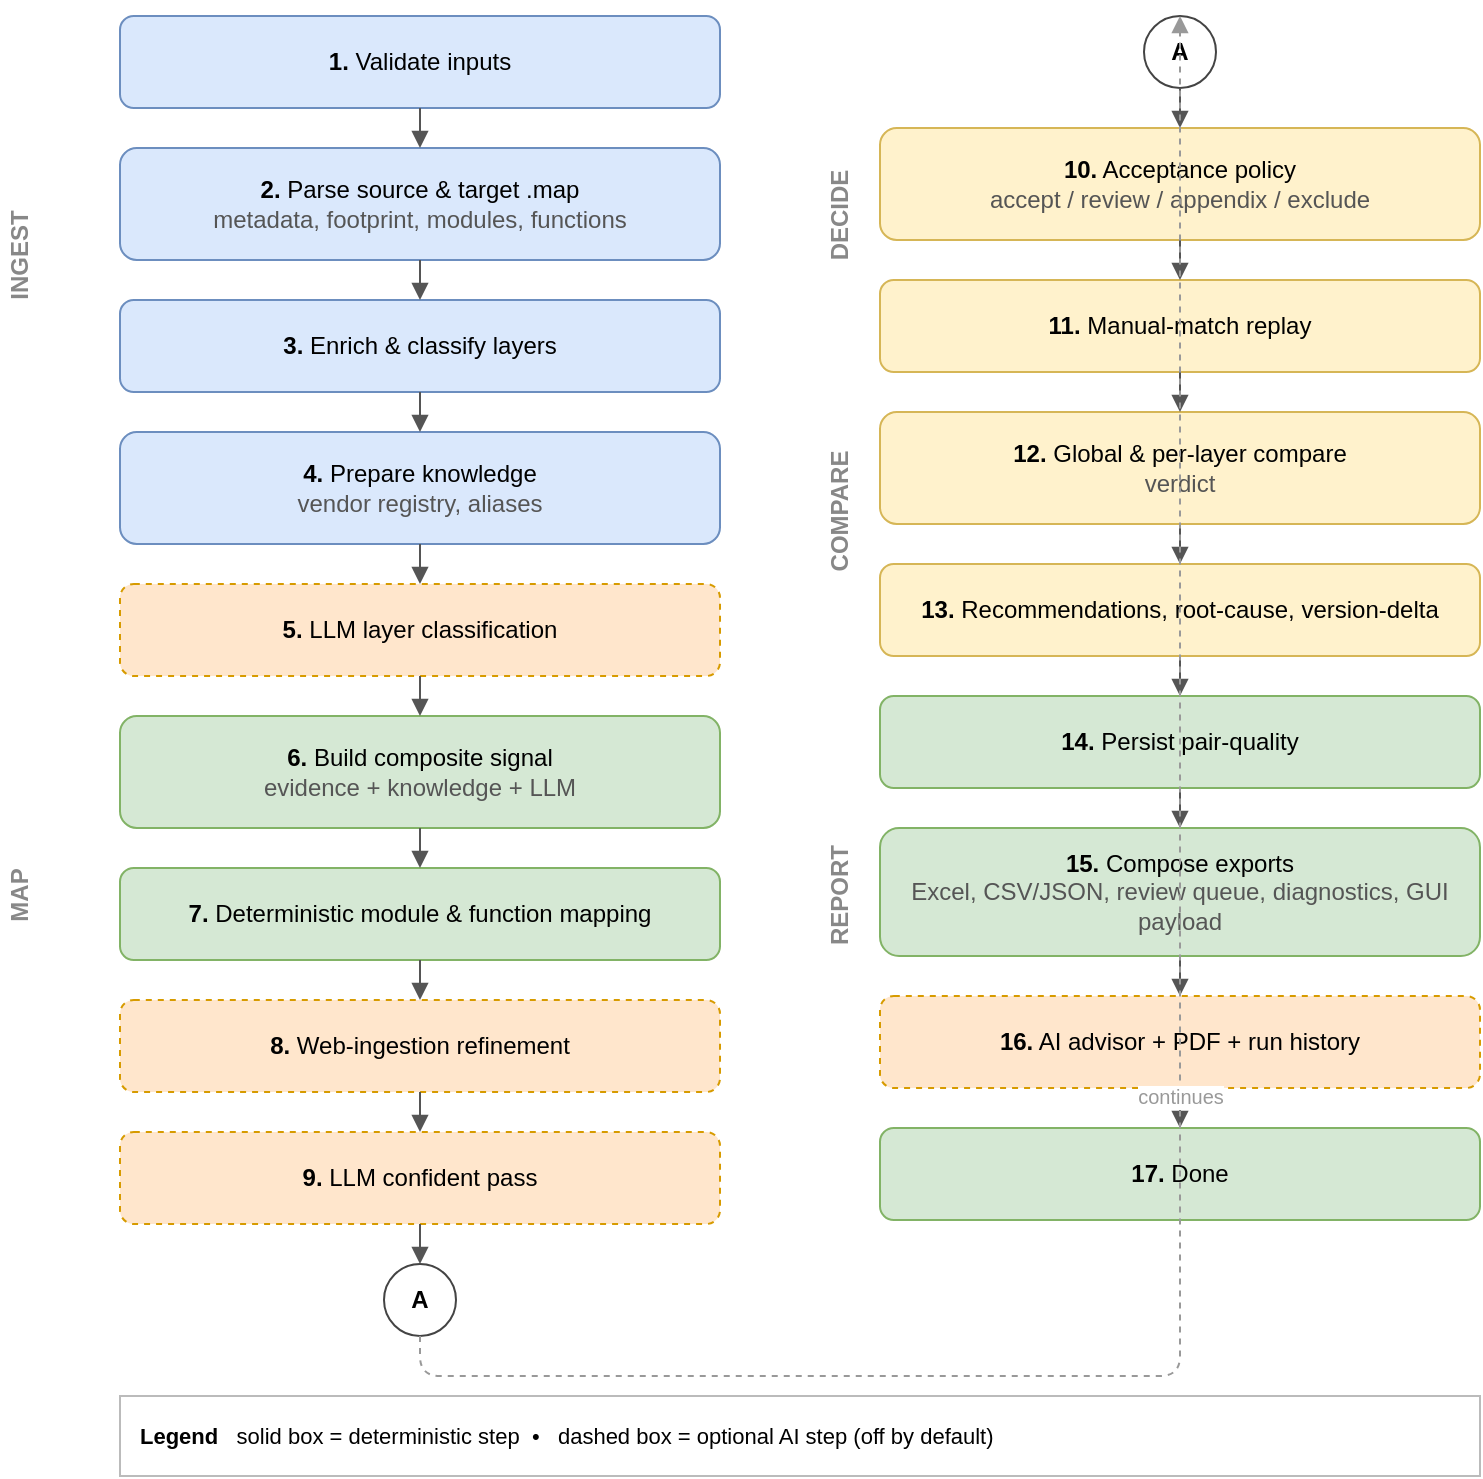
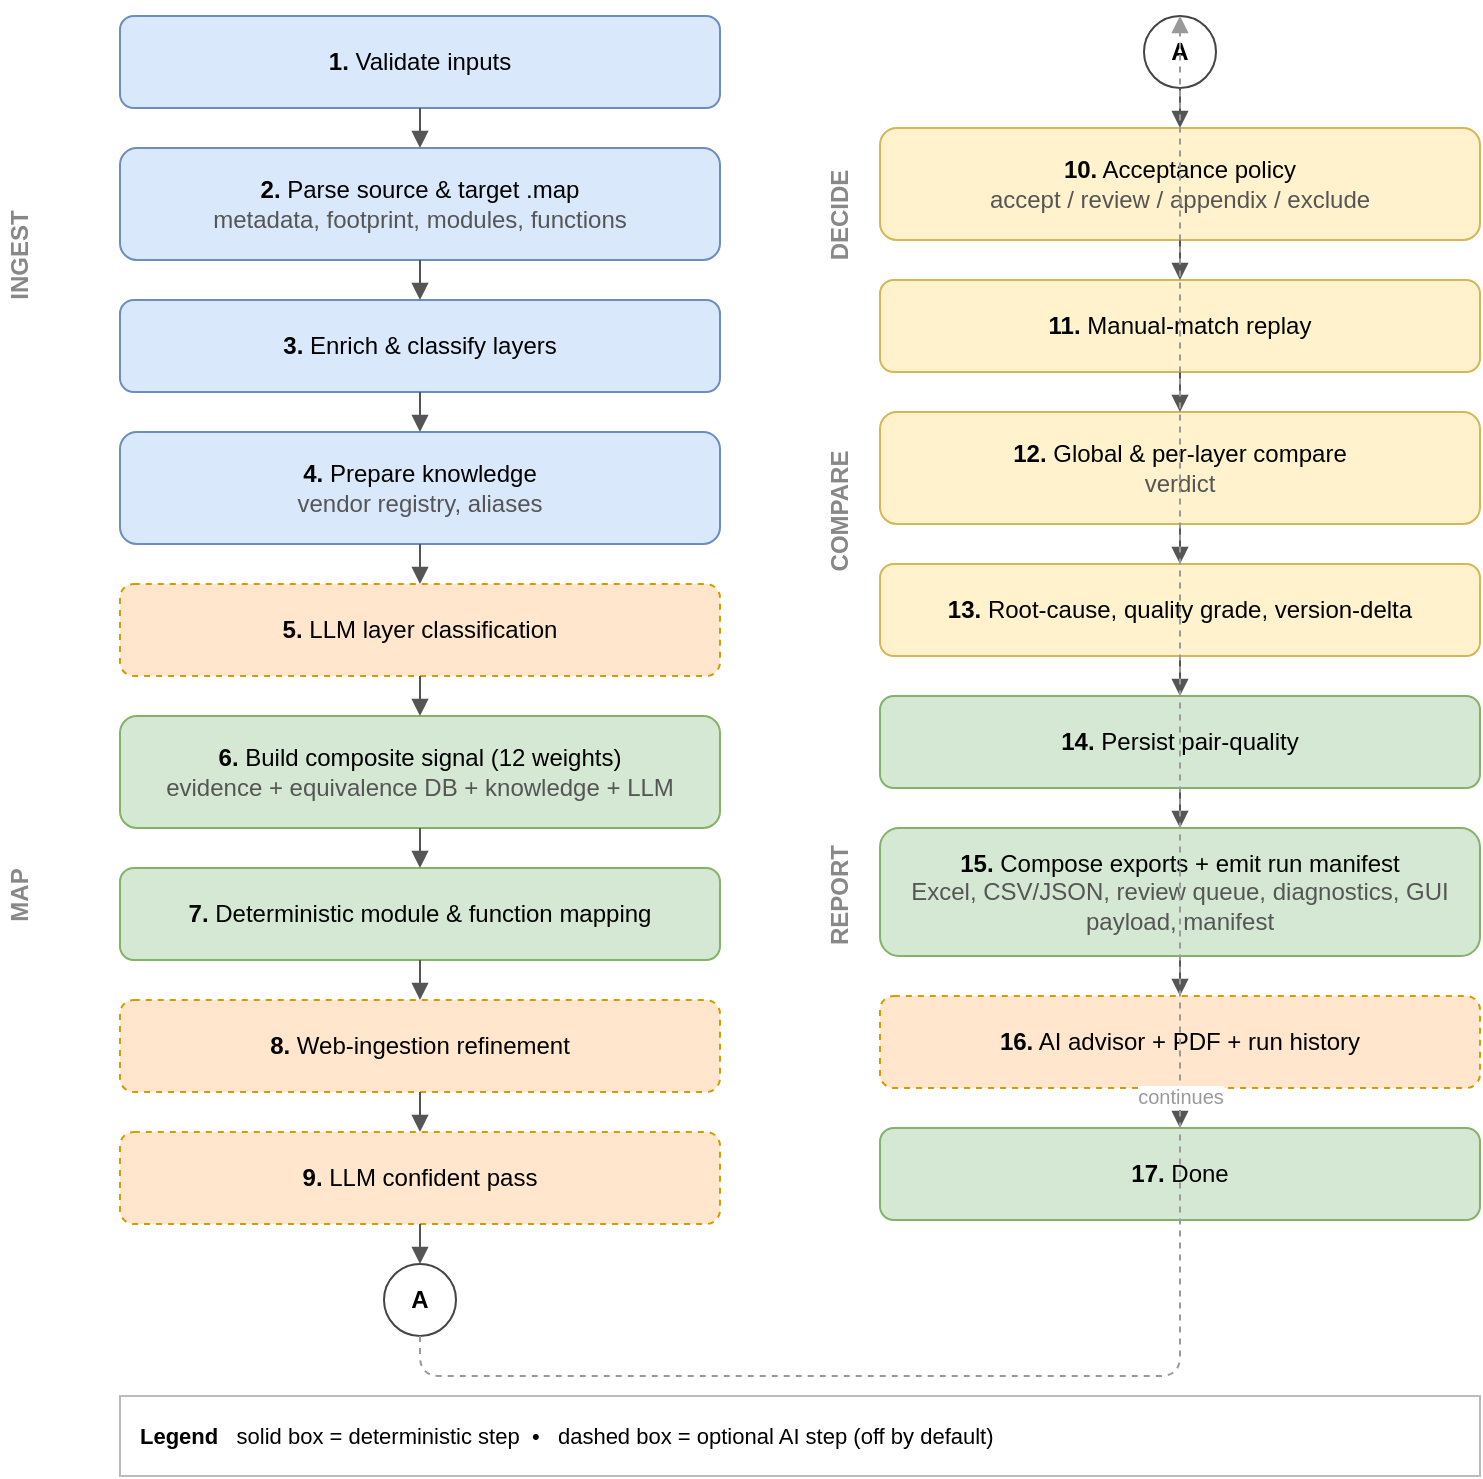
<mxfile host="app.diagrams.net" type="device">
  <diagram id="tool-pipeline" name="Pipeline">
    <mxGraphModel dx="1000" dy="900" grid="0" gridSize="10" guides="1" tooltips="1" connect="1" arrows="1" fold="1" page="1" pageScale="1" pageWidth="820" pageHeight="820" math="0" shadow="0">
      <root>
        <mxCell id="0" />
        <mxCell id="1" parent="0" />
        <mxCell id="phIngest" value="INGEST" style="text;html=1;align=center;verticalAlign=middle;rotation=-90;fontSize=12;fontStyle=1;fontColor=#888888;" vertex="1" parent="1"><mxGeometry x="-10" y="150" width="80" height="20" as="geometry" /></mxCell>
        <mxCell id="phMap" value="MAP" style="text;html=1;align=center;verticalAlign=middle;rotation=-90;fontSize=12;fontStyle=1;fontColor=#888888;" vertex="1" parent="1"><mxGeometry x="-10" y="470" width="80" height="20" as="geometry" /></mxCell>
        <mxCell id="s1" value="&lt;b&gt;1.&lt;/b&gt; Validate inputs" style="rounded=1;whiteSpace=wrap;html=1;fillColor=#dae8fc;strokeColor=#6c8ebf;fontSize=12;" vertex="1" parent="1"><mxGeometry x="80" y="40" width="300" height="46" as="geometry" /></mxCell>
        <mxCell id="s2" value="&lt;b&gt;2.&lt;/b&gt; Parse source &amp; target .map&lt;br&gt;&lt;font color=&quot;#555555&quot;&gt;metadata, footprint, modules, functions&lt;/font&gt;" style="rounded=1;whiteSpace=wrap;html=1;fillColor=#dae8fc;strokeColor=#6c8ebf;fontSize=12;" vertex="1" parent="1"><mxGeometry x="80" y="106" width="300" height="56" as="geometry" /></mxCell>
        <mxCell id="s3" value="&lt;b&gt;3.&lt;/b&gt; Enrich &amp; classify layers" style="rounded=1;whiteSpace=wrap;html=1;fillColor=#dae8fc;strokeColor=#6c8ebf;fontSize=12;" vertex="1" parent="1"><mxGeometry x="80" y="182" width="300" height="46" as="geometry" /></mxCell>
        <mxCell id="s4" value="&lt;b&gt;4.&lt;/b&gt; Prepare knowledge&lt;br&gt;&lt;font color=&quot;#555555&quot;&gt;vendor registry, aliases&lt;/font&gt;" style="rounded=1;whiteSpace=wrap;html=1;fillColor=#dae8fc;strokeColor=#6c8ebf;fontSize=12;" vertex="1" parent="1"><mxGeometry x="80" y="248" width="300" height="56" as="geometry" /></mxCell>
        <mxCell id="s5" value="&lt;b&gt;5.&lt;/b&gt; LLM layer classification" style="rounded=1;whiteSpace=wrap;html=1;dashed=1;fillColor=#ffe6cc;strokeColor=#d79b00;fontSize=12;" vertex="1" parent="1"><mxGeometry x="80" y="324" width="300" height="46" as="geometry" /></mxCell>
-         <mxCell id="s6" value="&lt;b&gt;6.&lt;/b&gt; Build composite signal&lt;br&gt;&lt;font color=&quot;#555555&quot;&gt;evidence + knowledge + LLM&lt;/font&gt;" style="rounded=1;whiteSpace=wrap;html=1;fillColor=#d5e8d4;strokeColor=#82b366;fontSize=12;" vertex="1" parent="1"><mxGeometry x="80" y="390" width="300" height="56" as="geometry" /></mxCell>
+         <mxCell id="s6" value="&lt;b&gt;6.&lt;/b&gt; Build composite signal (12 weights)&lt;br&gt;&lt;font color=&quot;#555555&quot;&gt;evidence + equivalence DB + knowledge + LLM&lt;/font&gt;" style="rounded=1;whiteSpace=wrap;html=1;fillColor=#d5e8d4;strokeColor=#82b366;fontSize=12;" vertex="1" parent="1"><mxGeometry x="80" y="390" width="300" height="56" as="geometry" /></mxCell>
        <mxCell id="s7" value="&lt;b&gt;7.&lt;/b&gt; Deterministic module &amp; function mapping" style="rounded=1;whiteSpace=wrap;html=1;fillColor=#d5e8d4;strokeColor=#82b366;fontSize=12;" vertex="1" parent="1"><mxGeometry x="80" y="466" width="300" height="46" as="geometry" /></mxCell>
        <mxCell id="s8" value="&lt;b&gt;8.&lt;/b&gt; Web-ingestion refinement" style="rounded=1;whiteSpace=wrap;html=1;dashed=1;fillColor=#ffe6cc;strokeColor=#d79b00;fontSize=12;" vertex="1" parent="1"><mxGeometry x="80" y="532" width="300" height="46" as="geometry" /></mxCell>
        <mxCell id="s9" value="&lt;b&gt;9.&lt;/b&gt; LLM confident pass" style="rounded=1;whiteSpace=wrap;html=1;dashed=1;fillColor=#ffe6cc;strokeColor=#d79b00;fontSize=12;" vertex="1" parent="1"><mxGeometry x="80" y="598" width="300" height="46" as="geometry" /></mxCell>
        <mxCell id="a1" value="A" style="ellipse;whiteSpace=wrap;html=1;fillColor=#ffffff;strokeColor=#444444;fontSize=12;fontStyle=1;" vertex="1" parent="1"><mxGeometry x="212" y="664" width="36" height="36" as="geometry" /></mxCell>
        <mxCell id="phDecide" value="DECIDE" style="text;html=1;align=center;verticalAlign=middle;rotation=-90;fontSize=12;fontStyle=1;fontColor=#888888;" vertex="1" parent="1"><mxGeometry x="400" y="130" width="80" height="20" as="geometry" /></mxCell>
        <mxCell id="phCompare" value="COMPARE" style="text;html=1;align=center;verticalAlign=middle;rotation=-90;fontSize=12;fontStyle=1;fontColor=#888888;" vertex="1" parent="1"><mxGeometry x="398" y="278" width="84" height="20" as="geometry" /></mxCell>
        <mxCell id="phReport" value="REPORT" style="text;html=1;align=center;verticalAlign=middle;rotation=-90;fontSize=12;fontStyle=1;fontColor=#888888;" vertex="1" parent="1"><mxGeometry x="400" y="470" width="80" height="20" as="geometry" /></mxCell>
        <mxCell id="a2" value="A" style="ellipse;whiteSpace=wrap;html=1;fillColor=#ffffff;strokeColor=#444444;fontSize=12;fontStyle=1;" vertex="1" parent="1"><mxGeometry x="592" y="40" width="36" height="36" as="geometry" /></mxCell>
        <mxCell id="s10" value="&lt;b&gt;10.&lt;/b&gt; Acceptance policy&lt;br&gt;&lt;font color=&quot;#555555&quot;&gt;accept / review / appendix / exclude&lt;/font&gt;" style="rounded=1;whiteSpace=wrap;html=1;fillColor=#fff2cc;strokeColor=#d6b656;fontSize=12;" vertex="1" parent="1"><mxGeometry x="460" y="96" width="300" height="56" as="geometry" /></mxCell>
        <mxCell id="s11" value="&lt;b&gt;11.&lt;/b&gt; Manual-match replay" style="rounded=1;whiteSpace=wrap;html=1;fillColor=#fff2cc;strokeColor=#d6b656;fontSize=12;" vertex="1" parent="1"><mxGeometry x="460" y="172" width="300" height="46" as="geometry" /></mxCell>
        <mxCell id="s12" value="&lt;b&gt;12.&lt;/b&gt; Global &amp; per-layer compare&lt;br&gt;&lt;font color=&quot;#555555&quot;&gt;verdict&lt;/font&gt;" style="rounded=1;whiteSpace=wrap;html=1;fillColor=#fff2cc;strokeColor=#d6b656;fontSize=12;" vertex="1" parent="1"><mxGeometry x="460" y="238" width="300" height="56" as="geometry" /></mxCell>
-         <mxCell id="s13" value="&lt;b&gt;13.&lt;/b&gt; Recommendations, root-cause, version-delta" style="rounded=1;whiteSpace=wrap;html=1;fillColor=#fff2cc;strokeColor=#d6b656;fontSize=12;" vertex="1" parent="1"><mxGeometry x="460" y="314" width="300" height="46" as="geometry" /></mxCell>
+         <mxCell id="s13" value="&lt;b&gt;13.&lt;/b&gt; Root-cause, quality grade, version-delta" style="rounded=1;whiteSpace=wrap;html=1;fillColor=#fff2cc;strokeColor=#d6b656;fontSize=12;" vertex="1" parent="1"><mxGeometry x="460" y="314" width="300" height="46" as="geometry" /></mxCell>
        <mxCell id="s14" value="&lt;b&gt;14.&lt;/b&gt; Persist pair-quality" style="rounded=1;whiteSpace=wrap;html=1;fillColor=#d5e8d4;strokeColor=#82b366;fontSize=12;" vertex="1" parent="1"><mxGeometry x="460" y="380" width="300" height="46" as="geometry" /></mxCell>
-         <mxCell id="s15" value="&lt;b&gt;15.&lt;/b&gt; Compose exports&lt;br&gt;&lt;font color=&quot;#555555&quot;&gt;Excel, CSV/JSON, review queue, diagnostics, GUI payload&lt;/font&gt;" style="rounded=1;whiteSpace=wrap;html=1;fillColor=#d5e8d4;strokeColor=#82b366;fontSize=12;" vertex="1" parent="1"><mxGeometry x="460" y="446" width="300" height="64" as="geometry" /></mxCell>
+         <mxCell id="s15" value="&lt;b&gt;15.&lt;/b&gt; Compose exports + emit run manifest&lt;br&gt;&lt;font color=&quot;#555555&quot;&gt;Excel, CSV/JSON, review queue, diagnostics, GUI payload, manifest&lt;/font&gt;" style="rounded=1;whiteSpace=wrap;html=1;fillColor=#d5e8d4;strokeColor=#82b366;fontSize=12;" vertex="1" parent="1"><mxGeometry x="460" y="446" width="300" height="64" as="geometry" /></mxCell>
        <mxCell id="s16" value="&lt;b&gt;16.&lt;/b&gt; AI advisor + PDF + run history" style="rounded=1;whiteSpace=wrap;html=1;dashed=1;fillColor=#ffe6cc;strokeColor=#d79b00;fontSize=12;" vertex="1" parent="1"><mxGeometry x="460" y="530" width="300" height="46" as="geometry" /></mxCell>
        <mxCell id="s17" value="&lt;b&gt;17.&lt;/b&gt; Done" style="rounded=1;whiteSpace=wrap;html=1;fillColor=#d5e8d4;strokeColor=#82b366;fontSize=12;" vertex="1" parent="1"><mxGeometry x="460" y="596" width="300" height="46" as="geometry" /></mxCell>
        <mxCell id="legend" value="&lt;b&gt;Legend&lt;/b&gt;&amp;nbsp;&amp;nbsp; solid box = deterministic step&amp;nbsp;&amp;nbsp;•&amp;nbsp;&amp;nbsp; dashed box = optional AI step (off by default)" style="rounded=0;whiteSpace=wrap;html=1;fillColor=#ffffff;strokeColor=#bbbbbb;fontSize=11;align=left;spacingLeft=8;" vertex="1" parent="1"><mxGeometry x="80" y="730" width="680" height="40" as="geometry" /></mxCell>
        <mxCell id="g1" style="edgeStyle=orthogonalEdgeStyle;rounded=0;html=1;endArrow=block;endFill=1;strokeColor=#555555;" edge="1" parent="1" source="s1" target="s2"><mxGeometry relative="1" as="geometry" /></mxCell>
        <mxCell id="g2" style="edgeStyle=orthogonalEdgeStyle;rounded=0;html=1;endArrow=block;endFill=1;strokeColor=#555555;" edge="1" parent="1" source="s2" target="s3"><mxGeometry relative="1" as="geometry" /></mxCell>
        <mxCell id="g3" style="edgeStyle=orthogonalEdgeStyle;rounded=0;html=1;endArrow=block;endFill=1;strokeColor=#555555;" edge="1" parent="1" source="s3" target="s4"><mxGeometry relative="1" as="geometry" /></mxCell>
        <mxCell id="g4" style="edgeStyle=orthogonalEdgeStyle;rounded=0;html=1;endArrow=block;endFill=1;strokeColor=#555555;" edge="1" parent="1" source="s4" target="s5"><mxGeometry relative="1" as="geometry" /></mxCell>
        <mxCell id="g5" style="edgeStyle=orthogonalEdgeStyle;rounded=0;html=1;endArrow=block;endFill=1;strokeColor=#555555;" edge="1" parent="1" source="s5" target="s6"><mxGeometry relative="1" as="geometry" /></mxCell>
        <mxCell id="g6" style="edgeStyle=orthogonalEdgeStyle;rounded=0;html=1;endArrow=block;endFill=1;strokeColor=#555555;" edge="1" parent="1" source="s6" target="s7"><mxGeometry relative="1" as="geometry" /></mxCell>
        <mxCell id="g7" style="edgeStyle=orthogonalEdgeStyle;rounded=0;html=1;endArrow=block;endFill=1;strokeColor=#555555;" edge="1" parent="1" source="s7" target="s8"><mxGeometry relative="1" as="geometry" /></mxCell>
        <mxCell id="g8" style="edgeStyle=orthogonalEdgeStyle;rounded=0;html=1;endArrow=block;endFill=1;strokeColor=#555555;" edge="1" parent="1" source="s8" target="s9"><mxGeometry relative="1" as="geometry" /></mxCell>
        <mxCell id="g9" style="edgeStyle=orthogonalEdgeStyle;rounded=0;html=1;endArrow=block;endFill=1;strokeColor=#555555;" edge="1" parent="1" source="s9" target="a1"><mxGeometry relative="1" as="geometry" /></mxCell>
        <mxCell id="g10" style="edgeStyle=orthogonalEdgeStyle;rounded=0;html=1;endArrow=block;endFill=1;strokeColor=#555555;" edge="1" parent="1" source="a2" target="s10"><mxGeometry relative="1" as="geometry" /></mxCell>
        <mxCell id="g11" style="edgeStyle=orthogonalEdgeStyle;rounded=0;html=1;endArrow=block;endFill=1;strokeColor=#555555;" edge="1" parent="1" source="s10" target="s11"><mxGeometry relative="1" as="geometry" /></mxCell>
        <mxCell id="g12" style="edgeStyle=orthogonalEdgeStyle;rounded=0;html=1;endArrow=block;endFill=1;strokeColor=#555555;" edge="1" parent="1" source="s11" target="s12"><mxGeometry relative="1" as="geometry" /></mxCell>
        <mxCell id="g13" style="edgeStyle=orthogonalEdgeStyle;rounded=0;html=1;endArrow=block;endFill=1;strokeColor=#555555;" edge="1" parent="1" source="s12" target="s13"><mxGeometry relative="1" as="geometry" /></mxCell>
        <mxCell id="g14" style="edgeStyle=orthogonalEdgeStyle;rounded=0;html=1;endArrow=block;endFill=1;strokeColor=#555555;" edge="1" parent="1" source="s13" target="s14"><mxGeometry relative="1" as="geometry" /></mxCell>
        <mxCell id="g15" style="edgeStyle=orthogonalEdgeStyle;rounded=0;html=1;endArrow=block;endFill=1;strokeColor=#555555;" edge="1" parent="1" source="s14" target="s15"><mxGeometry relative="1" as="geometry" /></mxCell>
        <mxCell id="g16" style="edgeStyle=orthogonalEdgeStyle;rounded=0;html=1;endArrow=block;endFill=1;strokeColor=#555555;" edge="1" parent="1" source="s15" target="s16"><mxGeometry relative="1" as="geometry" /></mxCell>
        <mxCell id="g17" style="edgeStyle=orthogonalEdgeStyle;rounded=0;html=1;endArrow=block;endFill=1;strokeColor=#555555;" edge="1" parent="1" source="s16" target="s17"><mxGeometry relative="1" as="geometry" /></mxCell>
        <mxCell id="gAA" value="continues" style="edgeStyle=orthogonalEdgeStyle;rounded=1;html=1;endArrow=block;endFill=1;dashed=1;strokeColor=#999999;fontSize=10;fontColor=#999999;exitX=0.5;exitY=1;exitDx=0;exitDy=0;entryX=0.5;entryY=0;entryDx=0;entryDy=0;" edge="1" parent="1" source="a1" target="a2"><mxGeometry relative="1" as="geometry"><Array as="points"><mxPoint x="610" y="720" /></Array></mxGeometry></mxCell>
      </root>
    </mxGraphModel>
  </diagram>
</mxfile>
